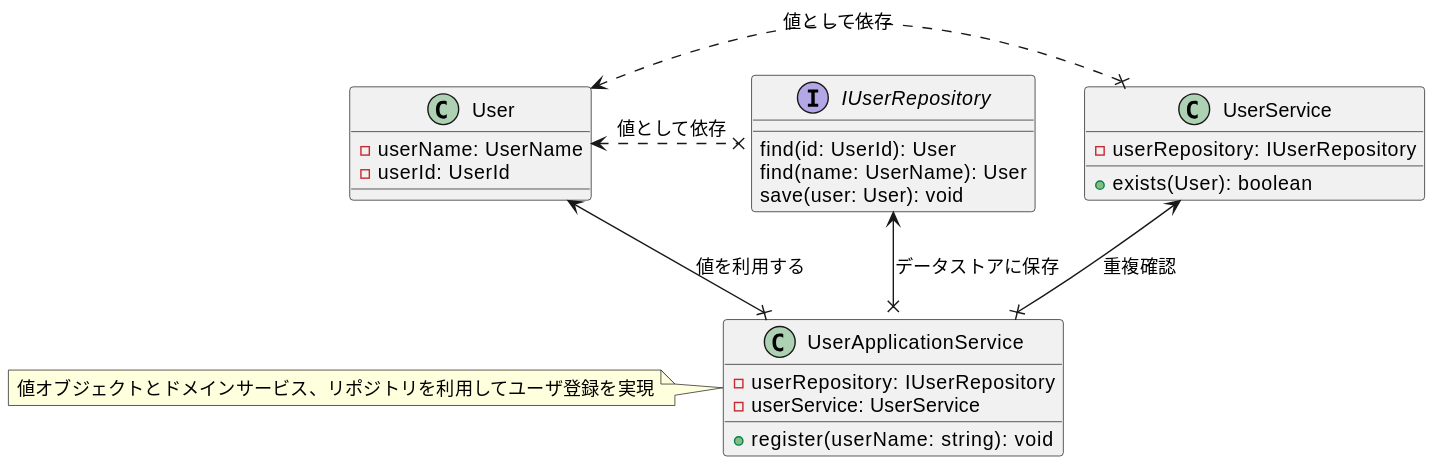
Earlier version of the PlantUML export diagrams/ch06-register-user.svg (Yuki-TU/ddd).
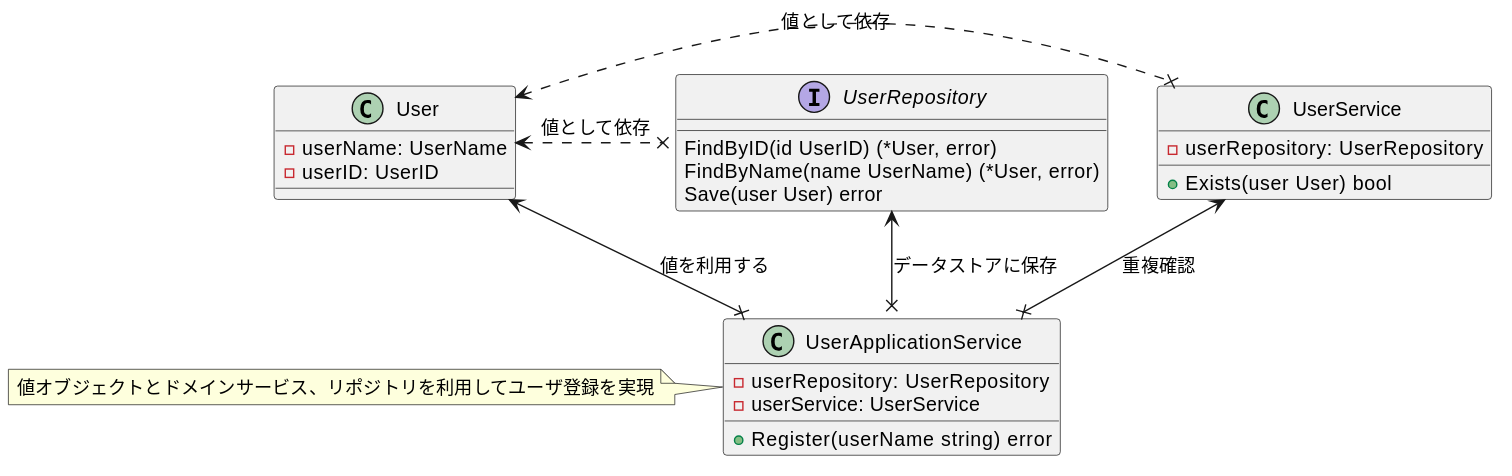
The same diagram one commit later.

The edit, as a diff of the source:
```diff
@@ -2,28 +2,28 @@
 User <--x UserApplicationService: 値を利用する
 UserService <--x UserApplicationService: 重複確認
 User <.x UserService: 値として依存
-User <.x IUserRepository: 値として依存
+User <.x UserRepository: 値として依存
 
-IUserRepository <--x UserApplicationService: データストアに保存
+UserRepository <--x UserApplicationService: データストアに保存
 
-interface IUserRepository {
-  find(id: UserId): User
-  find(name: UserName): User
-  save(user: User): void
+interface UserRepository {
+  FindByID(id UserID) (*User, error)
+  FindByName(name UserName) (*User, error)
+  Save(user User) error
 }
 
 class UserService {
-  - userRepository: IUserRepository
-  + exists(User): boolean
+  - userRepository: UserRepository
+  + Exists(user User) bool
 }
 class User {
   - userName: UserName
-  - userId: UserId
+  - userID: UserID
 }
 class UserApplicationService {
-  - userRepository: IUserRepository
+  - userRepository: UserRepository
   - userService: UserService
-  + register(userName: string): void
+  + Register(userName string) error
 }
 note left
 値オブジェクトとドメインサービス、リポジトリを利用してユーザ登録を実現
```
